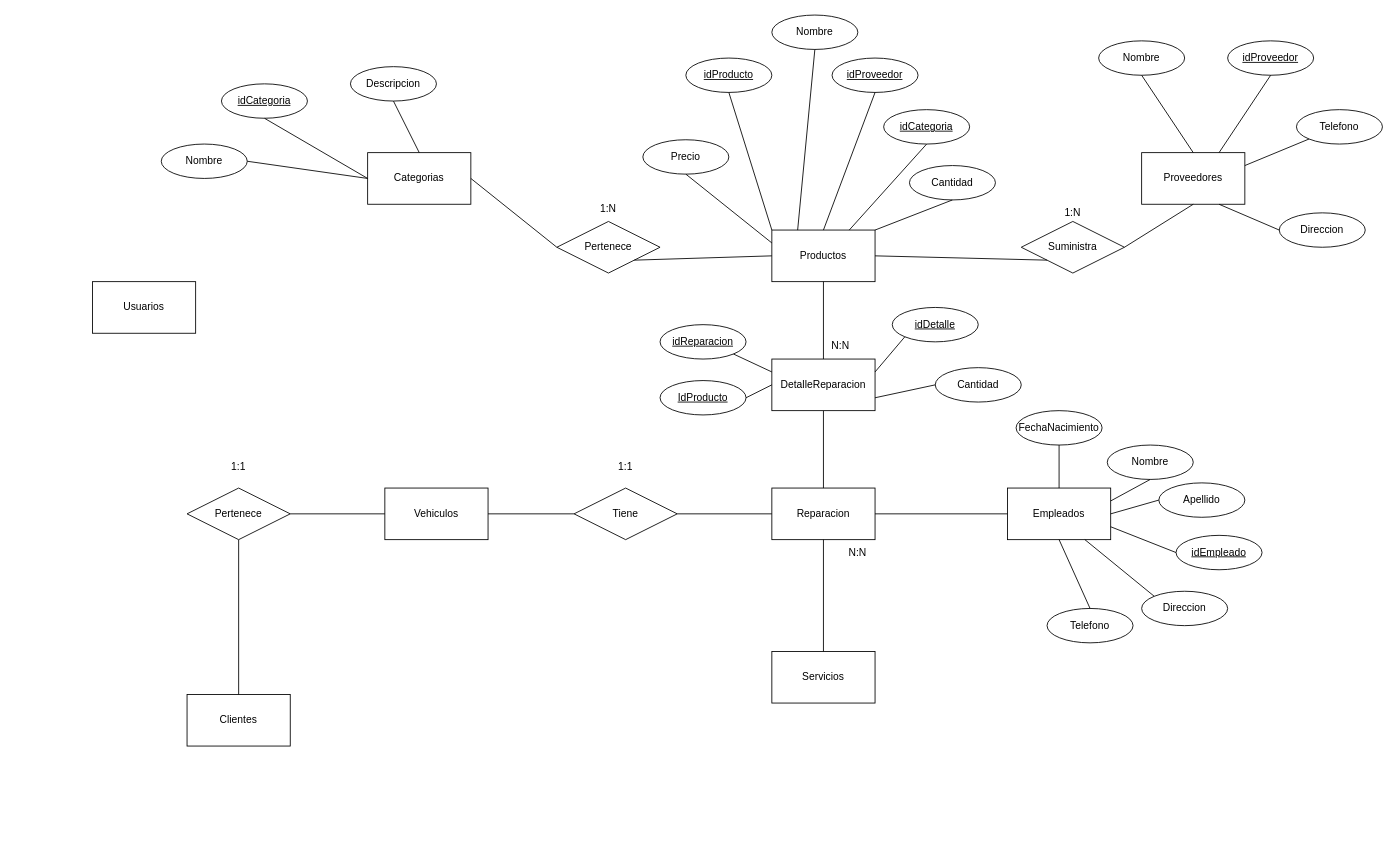
The draw.io diagram Diagrama del taller.drawio in KevDev123/PrTaller, before the edit. Source tidied: cells renumbered, new cells numbered last; positions are measured from the earlier drawing's top-left corner, leaving out a move shared by most shapes. Both pictures are drawn from the tidied source at 86%, with x=0, y=0 at pixel (92, 15).
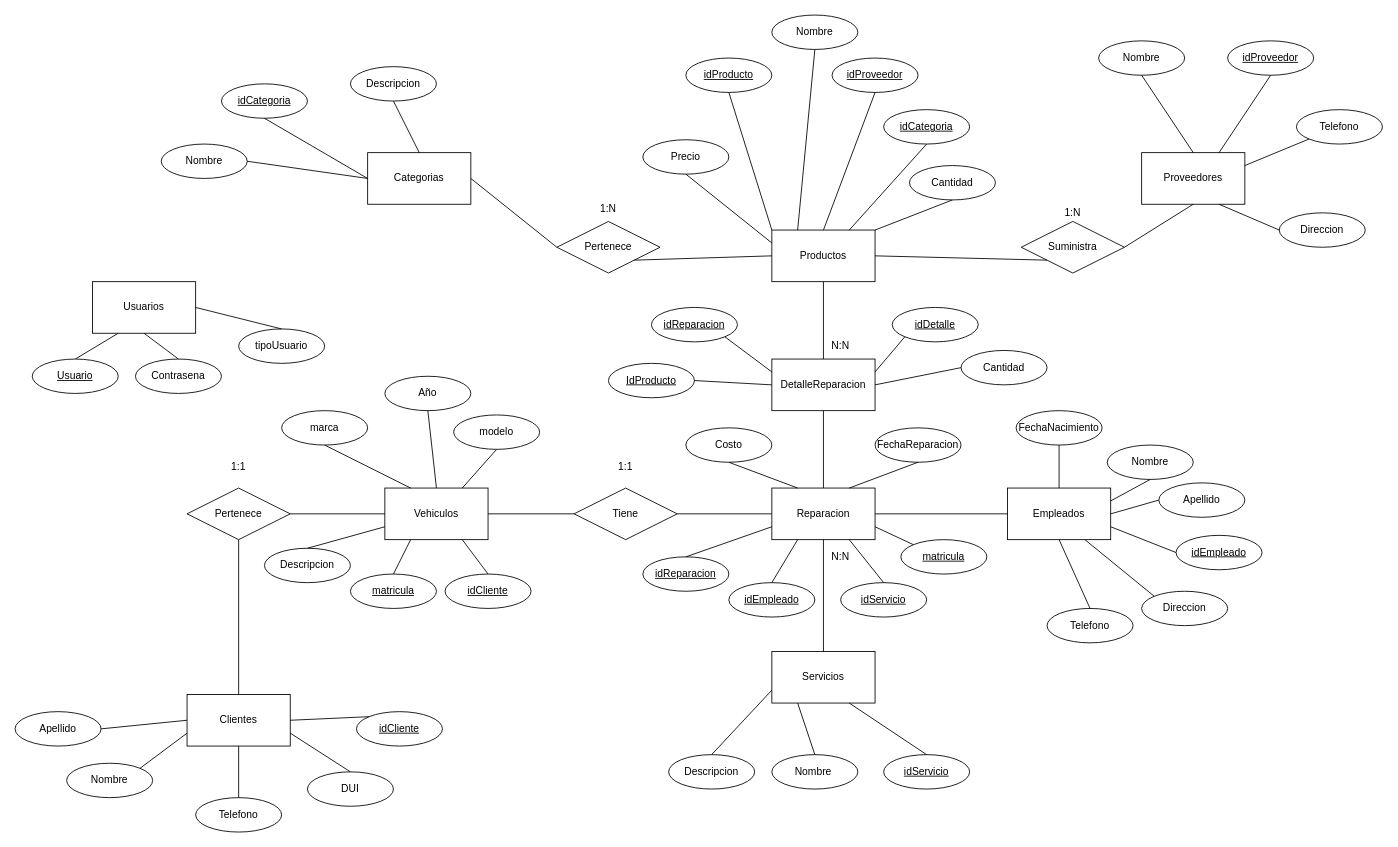
After the change.

Commit message (it also covers changes not shown here):
Diagrama Modelo Entidad Relacion : version 1.0

The change refers to these unchanged cells:
```xml
<mxCell id="3" value="Clientes" style="rounded=0;whiteSpace=wrap;html=1;" parent="1" vertex="1">
  <mxGeometry x="110" y="790" width="120" height="60" as="geometry" />
</mxCell>
<mxCell id="7" value="Vehiculos" style="rounded=0;whiteSpace=wrap;html=1;" parent="1" vertex="1">
  <mxGeometry x="340" y="550" width="120" height="60" as="geometry" />
</mxCell>
<mxCell id="8" value="Usuarios" style="rounded=0;whiteSpace=wrap;html=1;" parent="1" vertex="1">
  <mxGeometry y="310" width="120" height="60" as="geometry" />
</mxCell>
<mxCell id="9" value="Servicios" style="rounded=0;whiteSpace=wrap;html=1;" parent="1" vertex="1">
  <mxGeometry x="790" y="740" width="120" height="60" as="geometry" />
</mxCell>
<mxCell id="22" value="Reparacion" style="rounded=0;whiteSpace=wrap;html=1;" parent="1" vertex="1">
  <mxGeometry x="790" y="550" width="120" height="60" as="geometry" />
</mxCell>
<mxCell id="33" value="DetalleReparacion" style="rounded=0;whiteSpace=wrap;html=1;" parent="1" vertex="1">
  <mxGeometry x="790" y="400" width="120" height="60" as="geometry" />
</mxCell>
```

The edit, as a diff of the source:
```diff
@@
     <mxCell id="25" value="N:N" style="text;html=1;strokeColor=none;fillColor=none;align=center;verticalAlign=middle;whiteSpace=wrap;rounded=0;" parent="1" vertex="1">
-      <mxGeometry x="860" y="610" width="60" height="30" as="geometry" />
+      <mxGeometry x="840" y="615" width="60" height="30" as="geometry" />
     </mxCell>
@@
     <mxCell id="60" value="idReparacion" style="ellipse;whiteSpace=wrap;html=1;align=center;fontStyle=4;" parent="1" vertex="1">
-      <mxGeometry x="660" y="360" width="100" height="40" as="geometry" />
+      <mxGeometry x="650" y="340" width="100" height="40" as="geometry" />
     </mxCell>
     <mxCell id="61" value="IdProducto" style="ellipse;whiteSpace=wrap;html=1;align=center;fontStyle=4;" parent="1" vertex="1">
-      <mxGeometry x="660" y="425" width="100" height="40" as="geometry" />
+      <mxGeometry x="600" y="405" width="100" height="40" as="geometry" />
     </mxCell>
@@
     <mxCell id="63" value="Cantidad" style="ellipse;whiteSpace=wrap;html=1;align=center;" parent="1" vertex="1">
-      <mxGeometry x="980" y="410" width="100" height="40" as="geometry" />
+      <mxGeometry x="1010" y="390" width="100" height="40" as="geometry" />
     </mxCell>
@@
-    <mxCell id="67" style="endArrow=none;html=1;rounded=0;exitX=1;exitY=0.75;exitDx=0;exitDy=0;entryX=0;entryY=0.5;entryDx=0;entryDy=0;" parent="1" edge="1" source="33" target="63">
+    <mxCell id="67" style="endArrow=none;html=1;rounded=0;exitX=1;exitY=0.5;exitDx=0;exitDy=0;entryX=0;entryY=0.5;entryDx=0;entryDy=0;" parent="1" edge="1" source="33" target="63">
       <mxGeometry relative="1" as="geometry" />
     </mxCell>
@@
+    <mxCell id="80" value="idServicio" style="ellipse;whiteSpace=wrap;html=1;align=center;fontStyle=4;" parent="1" vertex="1">
+      <mxGeometry x="920" y="860" width="100" height="40" as="geometry" />
+    </mxCell>
+    <mxCell id="81" value="Nombre&amp;nbsp;" style="ellipse;whiteSpace=wrap;html=1;align=center;" parent="1" vertex="1">
+      <mxGeometry x="790" y="860" width="100" height="40" as="geometry" />
+    </mxCell>
+    <mxCell id="82" value="Costo" style="ellipse;whiteSpace=wrap;html=1;align=center;" parent="1" vertex="1">
+      <mxGeometry x="690" y="480" width="100" height="40" as="geometry" />
+    </mxCell>
+    <mxCell id="83" value="Descripcion" style="ellipse;whiteSpace=wrap;html=1;align=center;" parent="1" vertex="1">
+      <mxGeometry x="670" y="860" width="100" height="40" as="geometry" />
+    </mxCell>
+    <mxCell id="84" style="endArrow=none;html=1;rounded=0;exitX=0;exitY=0.75;exitDx=0;exitDy=0;entryX=0.5;entryY=0;entryDx=0;entryDy=0;" parent="1" edge="1" source="9" target="83">
+      <mxGeometry relative="1" as="geometry" />
+    </mxCell>
+    <mxCell id="85" style="endArrow=none;html=1;rounded=0;exitX=0.25;exitY=1;exitDx=0;exitDy=0;entryX=0.5;entryY=0;entryDx=0;entryDy=0;" parent="1" edge="1" source="9" target="81">
+      <mxGeometry relative="1" as="geometry" />
+    </mxCell>
+    <mxCell id="86" style="endArrow=none;html=1;rounded=0;exitX=0.75;exitY=1;exitDx=0;exitDy=0;entryX=0.5;entryY=0;entryDx=0;entryDy=0;" parent="1" edge="1" source="9" target="80">
+      <mxGeometry relative="1" as="geometry" />
+    </mxCell>
+    <mxCell id="87" style="endArrow=none;html=1;rounded=0;exitX=0.25;exitY=0;exitDx=0;exitDy=0;entryX=0.5;entryY=1;entryDx=0;entryDy=0;" parent="1" edge="1" source="22" target="82">
+      <mxGeometry relative="1" as="geometry" />
+    </mxCell>
+    <mxCell id="88" value="idReparacion" style="ellipse;whiteSpace=wrap;html=1;align=center;fontStyle=4;" parent="1" vertex="1">
+      <mxGeometry x="640" y="630" width="100" height="40" as="geometry" />
+    </mxCell>
+    <mxCell id="89" value="idServicio" style="ellipse;whiteSpace=wrap;html=1;align=center;fontStyle=4;" parent="1" vertex="1">
+      <mxGeometry x="870" y="660" width="100" height="40" as="geometry" />
+    </mxCell>
+    <mxCell id="90" value="idEmpleado" style="ellipse;whiteSpace=wrap;html=1;align=center;fontStyle=4;" parent="1" vertex="1">
+      <mxGeometry x="740" y="660" width="100" height="40" as="geometry" />
+    </mxCell>
+    <mxCell id="91" value="matricula" style="ellipse;whiteSpace=wrap;html=1;align=center;fontStyle=4;" parent="1" vertex="1">
+      <mxGeometry x="940" y="610" width="100" height="40" as="geometry" />
+    </mxCell>
+    <mxCell id="92" style="endArrow=none;html=1;rounded=0;exitX=0.5;exitY=0;exitDx=0;exitDy=0;entryX=0;entryY=0.75;entryDx=0;entryDy=0;" parent="1" edge="1" source="88" target="22">
+      <mxGeometry relative="1" as="geometry" />
+    </mxCell>
+    <mxCell id="93" style="endArrow=none;html=1;rounded=0;exitX=0.5;exitY=0;exitDx=0;exitDy=0;entryX=0.25;entryY=1;entryDx=0;entryDy=0;" parent="1" edge="1" source="90" target="22">
+      <mxGeometry relative="1" as="geometry" />
+    </mxCell>
+    <mxCell id="94" style="endArrow=none;html=1;rounded=0;exitX=0.5;exitY=0;exitDx=0;exitDy=0;entryX=0.75;entryY=1;entryDx=0;entryDy=0;" parent="1" edge="1" source="89" target="22">
+      <mxGeometry relative="1" as="geometry" />
+    </mxCell>
+    <mxCell id="95" style="endArrow=none;html=1;rounded=0;entryX=0;entryY=0;entryDx=0;entryDy=0;exitX=1;exitY=0.75;exitDx=0;exitDy=0;" parent="1" edge="1" source="22" target="91">
+      <mxGeometry relative="1" as="geometry" />
+    </mxCell>
+    <mxCell id="96" value="Nombre" style="ellipse;whiteSpace=wrap;html=1;align=center;" parent="1" vertex="1">
+      <mxGeometry x="-30" y="870" width="100" height="40" as="geometry" />
+    </mxCell>
+    <mxCell id="97" value="Apellido" style="ellipse;whiteSpace=wrap;html=1;align=center;" parent="1" vertex="1">
+      <mxGeometry x="-90" y="810" width="100" height="40" as="geometry" />
+    </mxCell>
+    <mxCell id="98" value="Telefono" style="ellipse;whiteSpace=wrap;html=1;align=center;" parent="1" vertex="1">
+      <mxGeometry x="120" y="910" width="100" height="40" as="geometry" />
+    </mxCell>
+    <mxCell id="99" value="DUI" style="ellipse;whiteSpace=wrap;html=1;align=center;" parent="1" vertex="1">
+      <mxGeometry x="250" y="880" width="100" height="40" as="geometry" />
+    </mxCell>
+    <mxCell id="100" value="idCliente" style="ellipse;whiteSpace=wrap;html=1;align=center;fontStyle=4;" parent="1" vertex="1">
+      <mxGeometry x="307" y="810" width="100" height="40" as="geometry" />
+    </mxCell>
+    <mxCell id="101" style="endArrow=none;html=1;rounded=0;exitX=1;exitY=0.5;exitDx=0;exitDy=0;entryX=0;entryY=0.5;entryDx=0;entryDy=0;" parent="1" edge="1" source="97" target="3">
+      <mxGeometry relative="1" as="geometry" />
+    </mxCell>
+    <mxCell id="102" style="endArrow=none;html=1;rounded=0;exitX=1;exitY=0;exitDx=0;exitDy=0;entryX=0;entryY=0.75;entryDx=0;entryDy=0;" parent="1" edge="1" source="96" target="3">
+      <mxGeometry relative="1" as="geometry" />
+    </mxCell>
+    <mxCell id="103" style="endArrow=none;html=1;rounded=0;exitX=0.5;exitY=0;exitDx=0;exitDy=0;entryX=0.5;entryY=1;entryDx=0;entryDy=0;" parent="1" edge="1" source="98" target="3">
+      <mxGeometry relative="1" as="geometry" />
+    </mxCell>
+    <mxCell id="104" style="endArrow=none;html=1;rounded=0;exitX=0.5;exitY=0;exitDx=0;exitDy=0;entryX=1;entryY=0.75;entryDx=0;entryDy=0;" parent="1" edge="1" source="99" target="3">
+      <mxGeometry relative="1" as="geometry" />
+    </mxCell>
+    <mxCell id="105" style="endArrow=none;html=1;rounded=0;entryX=0;entryY=0;entryDx=0;entryDy=0;exitX=1;exitY=0.5;exitDx=0;exitDy=0;" parent="1" edge="1" source="3" target="100">
+      <mxGeometry relative="1" as="geometry" />
+    </mxCell>
+    <mxCell id="106" value="matricula" style="ellipse;whiteSpace=wrap;html=1;align=center;fontStyle=4;" parent="1" vertex="1">
+      <mxGeometry x="300" y="650" width="100" height="40" as="geometry" />
+    </mxCell>
+    <mxCell id="107" value="idCliente" style="ellipse;whiteSpace=wrap;html=1;align=center;fontStyle=4;" parent="1" vertex="1">
+      <mxGeometry x="410" y="650" width="100" height="40" as="geometry" />
+    </mxCell>
+    <mxCell id="108" value="marca" style="ellipse;whiteSpace=wrap;html=1;align=center;" parent="1" vertex="1">
+      <mxGeometry x="220" y="460" width="100" height="40" as="geometry" />
+    </mxCell>
+    <mxCell id="109" value="modelo" style="ellipse;whiteSpace=wrap;html=1;align=center;" parent="1" vertex="1">
+      <mxGeometry x="420" y="465" width="100" height="40" as="geometry" />
+    </mxCell>
+    <mxCell id="110" style="endArrow=none;html=1;rounded=0;exitX=0.5;exitY=1;exitDx=0;exitDy=0;entryX=0.25;entryY=0;entryDx=0;entryDy=0;" parent="1" edge="1" source="108" target="7">
+      <mxGeometry relative="1" as="geometry" />
+    </mxCell>
+    <mxCell id="111" style="endArrow=none;html=1;rounded=0;exitX=0.5;exitY=1;exitDx=0;exitDy=0;entryX=0.75;entryY=0;entryDx=0;entryDy=0;" parent="1" edge="1" source="109" target="7">
+      <mxGeometry relative="1" as="geometry" />
+    </mxCell>
+    <mxCell id="112" style="endArrow=none;html=1;rounded=0;exitX=0.25;exitY=1;exitDx=0;exitDy=0;entryX=0.5;entryY=0;entryDx=0;entryDy=0;" parent="1" edge="1" source="7" target="106">
+      <mxGeometry relative="1" as="geometry" />
+    </mxCell>
+    <mxCell id="113" style="endArrow=none;html=1;rounded=0;exitX=0.75;exitY=1;exitDx=0;exitDy=0;entryX=0.5;entryY=0;entryDx=0;entryDy=0;" parent="1" edge="1" source="7" target="107">
+      <mxGeometry relative="1" as="geometry" />
+    </mxCell>
+    <mxCell id="114" value="Descripcion" style="ellipse;whiteSpace=wrap;html=1;align=center;" parent="1" vertex="1">
+      <mxGeometry x="200" y="620" width="100" height="40" as="geometry" />
+    </mxCell>
+    <mxCell id="115" style="endArrow=none;html=1;rounded=0;entryX=0;entryY=0.75;entryDx=0;entryDy=0;exitX=0.5;exitY=0;exitDx=0;exitDy=0;" parent="1" edge="1" source="114" target="7">
+      <mxGeometry relative="1" as="geometry" />
+    </mxCell>
+    <mxCell id="116" value="Contrasena" style="ellipse;whiteSpace=wrap;html=1;align=center;" parent="1" vertex="1">
+      <mxGeometry x="50" y="400" width="100" height="40" as="geometry" />
+    </mxCell>
+    <mxCell id="117" value="tipoUsuario" style="ellipse;whiteSpace=wrap;html=1;align=center;" parent="1" vertex="1">
+      <mxGeometry x="170" y="365" width="100" height="40" as="geometry" />
+    </mxCell>
+    <mxCell id="118" style="endArrow=none;html=1;rounded=0;exitX=0.25;exitY=1;exitDx=0;exitDy=0;entryX=0.5;entryY=0;entryDx=0;entryDy=0;" parent="1" edge="1" source="8" target="121">
+      <mxGeometry relative="1" as="geometry" />
+    </mxCell>
+    <mxCell id="119" style="endArrow=none;html=1;rounded=0;exitX=0.5;exitY=1;exitDx=0;exitDy=0;entryX=0.5;entryY=0;entryDx=0;entryDy=0;" parent="1" edge="1" source="8" target="116">
+      <mxGeometry relative="1" as="geometry" />
+    </mxCell>
+    <mxCell id="120" style="endArrow=none;html=1;rounded=0;exitX=1;exitY=0.5;exitDx=0;exitDy=0;entryX=0.5;entryY=0;entryDx=0;entryDy=0;" parent="1" edge="1" source="8" target="117">
+      <mxGeometry relative="1" as="geometry" />
+    </mxCell>
+    <mxCell id="121" value="Usuario" style="ellipse;whiteSpace=wrap;html=1;align=center;fontStyle=4;" parent="1" vertex="1">
+      <mxGeometry x="-70" y="400" width="100" height="40" as="geometry" />
+    </mxCell>
+    <mxCell id="122" value="Año" style="ellipse;whiteSpace=wrap;html=1;align=center;" parent="1" vertex="1">
+      <mxGeometry x="340" y="420" width="100" height="40" as="geometry" />
+    </mxCell>
+    <mxCell id="123" style="endArrow=none;html=1;rounded=0;exitX=0.5;exitY=1;exitDx=0;exitDy=0;entryX=0.5;entryY=0;entryDx=0;entryDy=0;" parent="1" edge="1" source="122" target="7">
+      <mxGeometry relative="1" as="geometry" />
+    </mxCell>
+    <mxCell id="124" value="FechaReparacion" style="ellipse;whiteSpace=wrap;html=1;align=center;" parent="1" vertex="1">
+      <mxGeometry x="910" y="480" width="100" height="40" as="geometry" />
+    </mxCell>
+    <mxCell id="125" style="endArrow=none;html=1;rounded=0;exitX=0.5;exitY=1;exitDx=0;exitDy=0;entryX=0.75;entryY=0;entryDx=0;entryDy=0;" parent="1" edge="1" source="124" target="22">
+      <mxGeometry relative="1" as="geometry" />
+    </mxCell>
```
